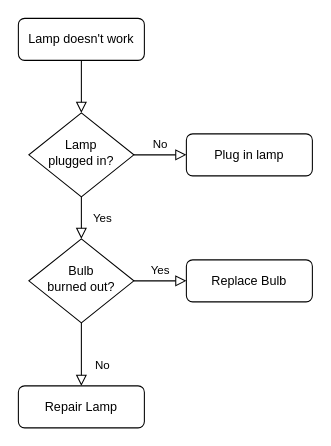
haixuanwo/graph keeps this draw.io diagram as txh/Untitled Diagram.drawio. Above is the earlier version. Source tidied: cells renumbered, new cells numbered last; positions are measured from the earlier drawing's top-left corner, leaving out a move shared by most shapes. Both pictures are drawn from the tidied source at 105%, with x=0, y=0 at pixel (18, 18).
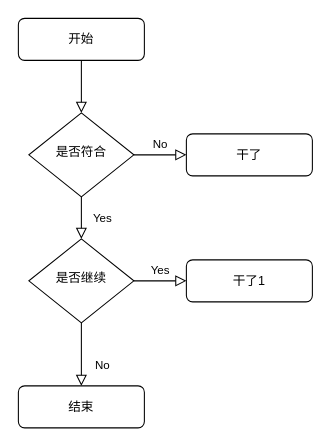
The same diagram, later.

Change to the diagram source:
```diff
@@
 <mxGraphModel>
   <root>
     <mxCell id="0" />
     <mxCell id="1" parent="0" />
     <mxCell id="2" style="rounded=0;html=1;jettySize=auto;fontSize=11;endArrow=block;endFill=0;endSize=8;strokeWidth=1;shadow=0;labelBackgroundColor=none;edgeStyle=orthogonalEdgeStyle;" parent="1" edge="1" source="3" target="6">
       <mxGeometry relative="1" as="geometry" />
     </mxCell>
-    <mxCell id="3" value="Lamp doesn't work" style="rounded=1;whiteSpace=wrap;html=1;fontSize=12;glass=0;strokeWidth=1;shadow=0;" parent="1" vertex="1">
+    <mxCell id="3" value="开始" style="rounded=1;whiteSpace=wrap;html=1;fontSize=12;glass=0;strokeWidth=1;shadow=0;" parent="1" vertex="1">
       <mxGeometry width="120" height="40" as="geometry" />
     </mxCell>
     <mxCell id="4" value="Yes" style="rounded=0;html=1;jettySize=auto;fontSize=11;endArrow=block;endFill=0;endSize=8;strokeWidth=1;shadow=0;labelBackgroundColor=none;edgeStyle=orthogonalEdgeStyle;" parent="1" edge="1" source="6" target="10">
       <mxGeometry y="20" relative="1" as="geometry" />
     </mxCell>
     <mxCell id="5" value="No" style="edgeStyle=orthogonalEdgeStyle;rounded=0;html=1;jettySize=auto;fontSize=11;endArrow=block;endFill=0;endSize=8;strokeWidth=1;shadow=0;labelBackgroundColor=none;" parent="1" edge="1" source="6" target="7">
       <mxGeometry y="10" relative="1" as="geometry" />
     </mxCell>
-    <mxCell id="6" value="Lamp&lt;br&gt;plugged in?" style="rhombus;whiteSpace=wrap;html=1;shadow=0;fontFamily=Helvetica;fontSize=12;align=center;strokeWidth=1;spacing=6;spacingTop=-4;" parent="1" vertex="1">
+    <mxCell id="6" value="是否符合" style="rhombus;whiteSpace=wrap;html=1;shadow=0;fontFamily=Helvetica;fontSize=12;align=center;strokeWidth=1;spacing=6;spacingTop=-4;" parent="1" vertex="1">
       <mxGeometry x="10" y="90" width="100" height="80" as="geometry" />
     </mxCell>
-    <mxCell id="7" value="Plug in lamp" style="rounded=1;whiteSpace=wrap;html=1;fontSize=12;glass=0;strokeWidth=1;shadow=0;" parent="1" vertex="1">
+    <mxCell id="7" value="干了" style="rounded=1;whiteSpace=wrap;html=1;fontSize=12;glass=0;strokeWidth=1;shadow=0;" parent="1" vertex="1">
       <mxGeometry x="160" y="110" width="120" height="40" as="geometry" />
     </mxCell>
     <mxCell id="8" value="No" style="rounded=0;html=1;jettySize=auto;fontSize=11;endArrow=block;endFill=0;endSize=8;strokeWidth=1;shadow=0;labelBackgroundColor=none;edgeStyle=orthogonalEdgeStyle;" parent="1" edge="1" source="10" target="11">
       <mxGeometry x="0.33" y="20" relative="1" as="geometry" />
     </mxCell>
     <mxCell id="9" value="Yes" style="edgeStyle=orthogonalEdgeStyle;rounded=0;html=1;jettySize=auto;fontSize=11;endArrow=block;endFill=0;endSize=8;strokeWidth=1;shadow=0;labelBackgroundColor=none;" parent="1" edge="1" source="10" target="12">
       <mxGeometry y="10" relative="1" as="geometry" />
     </mxCell>
-    <mxCell id="10" value="Bulb&lt;br&gt;burned out?" style="rhombus;whiteSpace=wrap;html=1;shadow=0;fontFamily=Helvetica;fontSize=12;align=center;strokeWidth=1;spacing=6;spacingTop=-4;" parent="1" vertex="1">
+    <mxCell id="10" value="是否继续" style="rhombus;whiteSpace=wrap;html=1;shadow=0;fontFamily=Helvetica;fontSize=12;align=center;strokeWidth=1;spacing=6;spacingTop=-4;" parent="1" vertex="1">
       <mxGeometry x="10" y="210" width="100" height="80" as="geometry" />
     </mxCell>
-    <mxCell id="11" value="Repair Lamp" style="rounded=1;whiteSpace=wrap;html=1;fontSize=12;glass=0;strokeWidth=1;shadow=0;" parent="1" vertex="1">
+    <mxCell id="11" value="结束" style="rounded=1;whiteSpace=wrap;html=1;fontSize=12;glass=0;strokeWidth=1;shadow=0;" parent="1" vertex="1">
       <mxGeometry y="350" width="120" height="40" as="geometry" />
     </mxCell>
-    <mxCell id="12" value="Replace Bulb" style="rounded=1;whiteSpace=wrap;html=1;fontSize=12;glass=0;strokeWidth=1;shadow=0;" parent="1" vertex="1">
+    <mxCell id="12" value="干了1" style="rounded=1;whiteSpace=wrap;html=1;fontSize=12;glass=0;strokeWidth=1;shadow=0;" parent="1" vertex="1">
       <mxGeometry x="160" y="230" width="120" height="40" as="geometry" />
     </mxCell>
   </root>
 </mxGraphModel>
```
